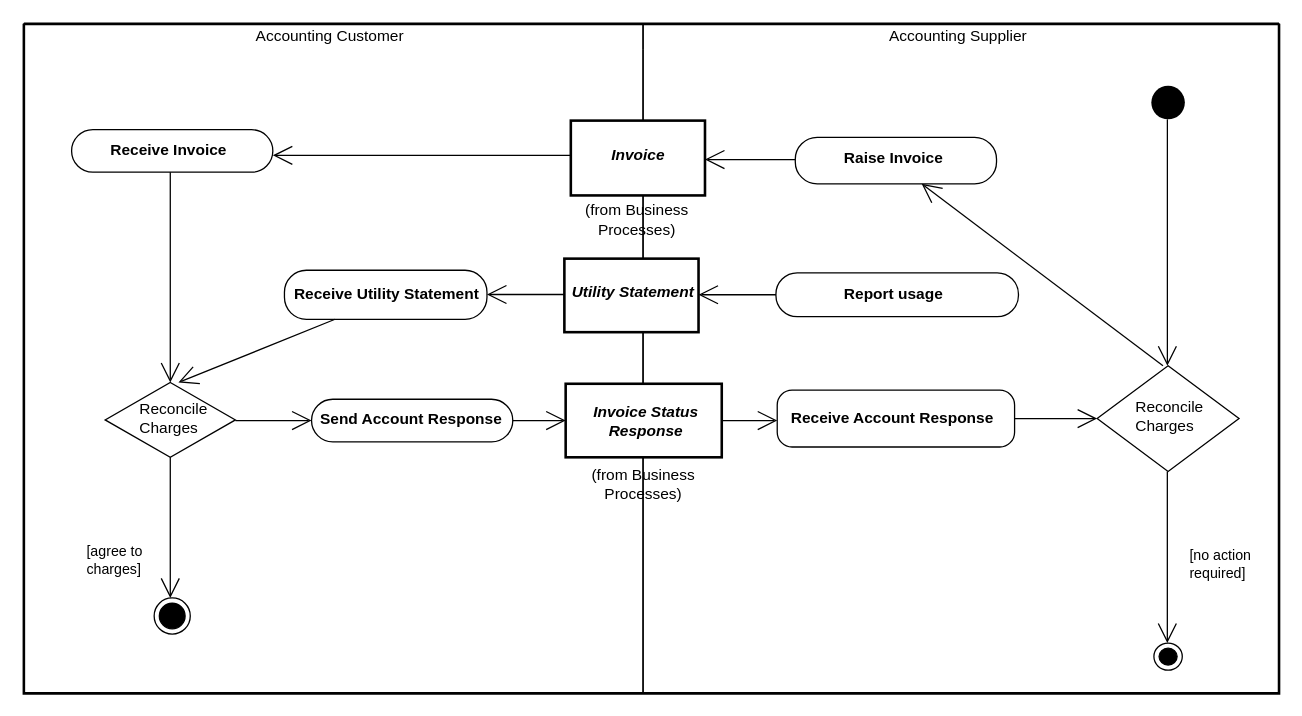
Above: diagrams/UBL-2.5-UtilityBillingProcess/UBL-2.5-UtilityBillingProcess.drawio in kduvekot/ubl-work-on-svg-images (draw.io), before the change. Source tidied: cells renumbered, new cells numbered last; positions are measured from the earlier drawing's top-left corner, leaving out a move shared by most shapes. Both pictures are drawn from the tidied source at 129%, with x=0, y=0 at pixel (23, 23).
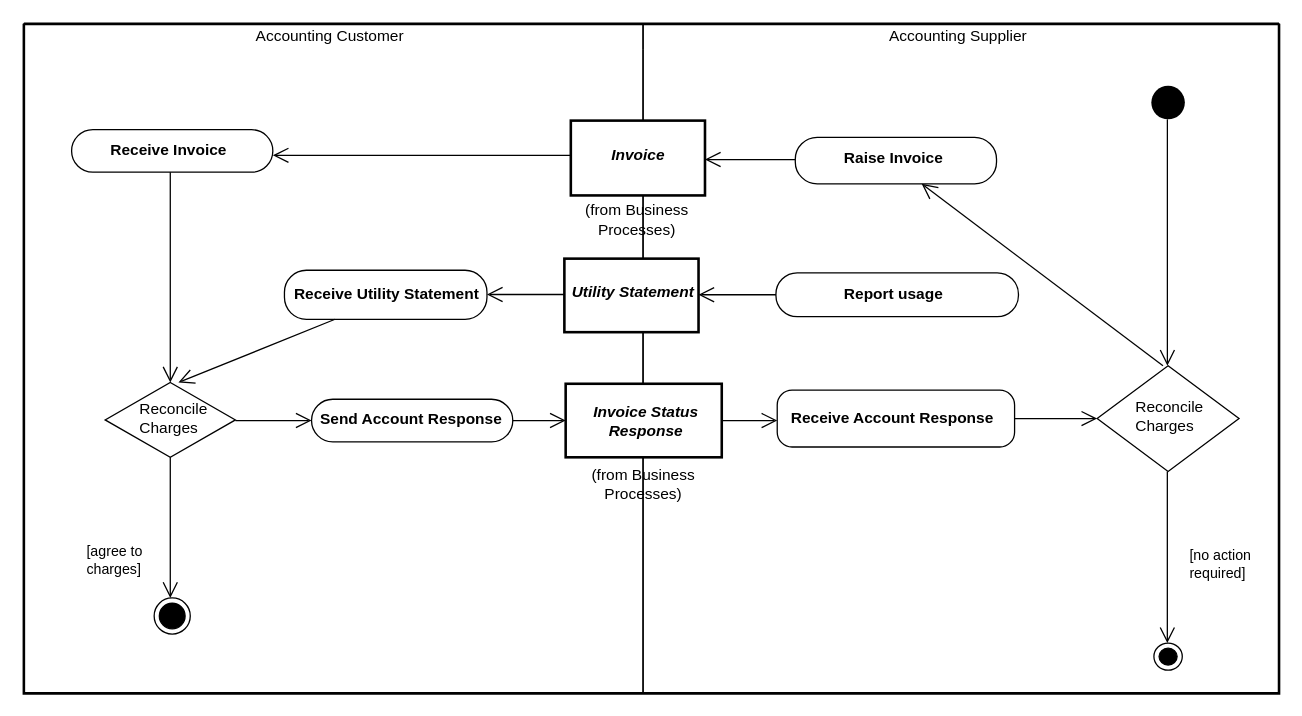
The same diagram, later.

The change refers to these unchanged cells:
```xml
<mxCell id="2" style="swimlane;html=1;startSize=0;whiteSpace=wrap;fillColor=none;strokeWidth=2;" parent="1" vertex="1">
  <mxGeometry width="973" height="519" as="geometry" />
</mxCell>
<mxCell id="3" value="Accounting Customer" style="swimlane;horizontal=1;startSize=20;swimlaneLine=0;html=1;fillColor=none;fontStyle=0;spacing=0;spacingRight=7;" parent="2" vertex="1">
  <mxGeometry width="480" height="519" as="geometry" />
</mxCell>
<mxCell id="4" value="Accounting Supplier" style="swimlane;horizontal=1;startSize=20;swimlaneLine=0;html=1;fillColor=none;fontStyle=0;spacing=0;spacingRight=6;" parent="2" vertex="1">
  <mxGeometry x="480" width="493" height="519" as="geometry" />
</mxCell>
<mxCell id="5" style="ellipse;shape=startState;fillColor=#000000;strokeColor=none;html=1;" parent="4" vertex="1">
  <mxGeometry x="390" y="44" width="34" height="34" as="geometry" />
</mxCell>
<mxCell id="6" value="Invoice" style="rounded=0;html=1;whiteSpace=nowrap;fontStyle=3;align=center;verticalAlign=middle;spacing=0;spacingRight=1;spacingBottom=4;strokeWidth=2;" parent="4" vertex="1">
  <mxGeometry x="-56" y="75" width="104" height="58" as="geometry" />
</mxCell>
<mxCell id="7" value="Receive Invoice" style="rounded=1;absoluteArcSize=1;arcSize=33;html=1;whiteSpace=nowrap;fontStyle=1;align=center;verticalAlign=middle;spacing=0;spacingRight=6;spacingBottom=1;" parent="3" vertex="1">
  <mxGeometry x="37" y="82" width="156" height="33" as="geometry" />
</mxCell>
<mxCell id="8" value="Raise Invoice" style="rounded=1;absoluteArcSize=1;arcSize=34;html=1;whiteSpace=nowrap;fontStyle=1;align=center;verticalAlign=middle;spacing=0;spacingRight=4;spacingBottom=4;" parent="4" vertex="1">
  <mxGeometry x="118" y="88" width="156" height="36" as="geometry" />
</mxCell>
<mxCell id="9" value="Utility Statement" style="rounded=0;html=1;whiteSpace=nowrap;fontStyle=3;align=center;verticalAlign=middle;spacing=0;spacingLeft=1;spacingBottom=5;strokeWidth=2;" parent="4" vertex="1">
  <mxGeometry x="-61" y="182" width="104" height="57" as="geometry" />
</mxCell>
<mxCell id="10" value="Receive Utility Statement" style="rounded=1;absoluteArcSize=1;arcSize=34;html=1;whiteSpace=nowrap;fontStyle=1;align=center;verticalAlign=middle;spacing=0;spacingLeft=1;spacingBottom=1;" parent="3" vertex="1">
  <mxGeometry x="202" y="191" width="157" height="38" as="geometry" />
</mxCell>
<mxCell id="11" value="Report usage" style="rounded=1;absoluteArcSize=1;arcSize=33;html=1;whiteSpace=nowrap;fontStyle=1;align=center;verticalAlign=middle;spacing=0;spacingRight=6;spacingBottom=1;" parent="4" vertex="1">
  <mxGeometry x="103" y="193" width="188" height="34" as="geometry" />
</mxCell>
<mxCell id="12" value="Reconcile&lt;br&gt;Charges" style="rhombus;html=1;whiteSpace=nowrap;fontStyle=0;align=left;verticalAlign=middle;spacing=0;spacingLeft=30;spacingBottom=5;" parent="4" vertex="1">
  <mxGeometry x="352" y="265" width="110" height="82" as="geometry" />
</mxCell>
<mxCell id="13" value="Reconcile&lt;br&gt;Charges" style="rhombus;html=1;whiteSpace=nowrap;fontStyle=0;align=left;verticalAlign=middle;spacing=0;spacingLeft=27;spacingBottom=3;" parent="3" vertex="1">
  <mxGeometry x="63" y="278" width="101" height="58" as="geometry" />
</mxCell>
<mxCell id="14" value="Invoice Status&lt;br&gt;Response" style="rounded=0;html=1;whiteSpace=nowrap;fontStyle=3;align=center;verticalAlign=middle;spacing=0;spacingLeft=2;strokeWidth=2;" parent="4" vertex="1">
  <mxGeometry x="-60" y="279" width="121" height="57" as="geometry" />
</mxCell>
<mxCell id="15" value="Receive Account Response" style="rounded=1;absoluteArcSize=1;arcSize=23;html=1;whiteSpace=nowrap;fontStyle=1;align=center;verticalAlign=middle;spacing=0;spacingRight=6;" parent="4" vertex="1">
  <mxGeometry x="104" y="284" width="184" height="44" as="geometry" />
</mxCell>
<mxCell id="16" value="Send Account Response" style="rounded=1;absoluteArcSize=1;arcSize=33;html=1;whiteSpace=nowrap;fontStyle=1;align=center;verticalAlign=middle;spacing=0;spacingRight=2;spacingBottom=2;" parent="3" vertex="1">
  <mxGeometry x="223" y="291" width="156" height="33" as="geometry" />
</mxCell>
<mxCell id="17" style="ellipse;shape=endState;fillColor=#000000;html=1;" parent="3" vertex="1">
  <mxGeometry x="101" y="445" width="28" height="28" as="geometry" />
</mxCell>
<mxCell id="18" style="ellipse;shape=endState;fillColor=#000000;html=1;" parent="4" vertex="1">
  <mxGeometry x="396" y="480" width="22" height="21" as="geometry" />
</mxCell>
```

The edit, as a diff of the source:
```diff
@@
-    <mxCell id="19" style="edgeStyle=none;rounded=0;html=1;endArrow=open;endFill=0;endSize=13;exitPerimeter=0;entryX=0.495;entryY=0;entryPerimeter=0;exitX=0.483824;exitY=0.882;" parent="4" edge="1" source="5" target="12">
+    <mxCell id="19" style="edgeStyle=none;rounded=0;html=1;endArrow=open;endFill=0;endSize=10;exitPerimeter=0;entryX=0.495;entryY=0;entryPerimeter=0;exitX=0.483824;exitY=0.882;" parent="4" edge="1" source="5" target="12">
       <mxGeometry relative="1" as="geometry" />
     </mxCell>
-    <mxCell id="20" style="edgeStyle=none;rounded=0;html=1;endArrow=open;endFill=0;endSize=13;exitPerimeter=0;entryX=1;entryY=0.6037;entryPerimeter=0;exitX=0;exitY=0.464174;" parent="2" edge="1" source="6" target="7">
+    <mxCell id="20" style="edgeStyle=none;rounded=0;html=1;endArrow=open;endFill=0;endSize=10;exitPerimeter=0;entryX=1;entryY=0.6037;entryPerimeter=0;exitX=0;exitY=0.464174;" parent="2" edge="1" source="6" target="7">
       <mxGeometry relative="1" as="geometry" />
     </mxCell>
-    <mxCell id="21" style="edgeStyle=none;rounded=0;html=1;endArrow=open;endFill=0;endSize=13;exitPerimeter=0;entryX=1;entryY=0.5201;entryPerimeter=0;exitX=0;exitY=0.476828;" parent="4" edge="1" source="8" target="6">
+    <mxCell id="21" style="edgeStyle=none;rounded=0;html=1;endArrow=open;endFill=0;endSize=10;exitPerimeter=0;entryX=1;entryY=0.5201;entryPerimeter=0;exitX=0;exitY=0.476828;" parent="4" edge="1" source="8" target="6">
       <mxGeometry relative="1" as="geometry" />
     </mxCell>
-    <mxCell id="22" style="edgeStyle=none;rounded=0;html=1;endArrow=open;endFill=0;endSize=13;exitPerimeter=0;entryX=0.5;entryY=0;entryPerimeter=0;exitX=0.490385;exitY=1;" parent="3" edge="1" source="7" target="13">
+    <mxCell id="22" style="edgeStyle=none;rounded=0;html=1;endArrow=open;endFill=0;endSize=10;exitPerimeter=0;entryX=0.5;entryY=0;entryPerimeter=0;exitX=0.490385;exitY=1;" parent="3" edge="1" source="7" target="13">
       <mxGeometry relative="1" as="geometry" />
     </mxCell>
-    <mxCell id="23" style="edgeStyle=none;rounded=0;html=1;endArrow=open;endFill=0;endSize=13;exitX=0.464;exitY=0;exitPerimeter=0;entryX=0.6279;entryY=1;entryPerimeter=0;" parent="4" edge="1" source="12" target="8">
+    <mxCell id="23" style="edgeStyle=none;rounded=0;html=1;endArrow=open;endFill=0;endSize=10;exitX=0.464;exitY=0;exitPerimeter=0;entryX=0.6279;entryY=1;entryPerimeter=0;" parent="4" edge="1" source="12" target="8">
       <mxGeometry relative="1" as="geometry" />
     </mxCell>
-    <mxCell id="24" style="edgeStyle=none;rounded=0;html=1;endArrow=open;endFill=0;endSize=13;exitPerimeter=0;entryX=1;entryY=0.4947;entryPerimeter=0;exitX=0;exitY=0.487695;" parent="2" edge="1" source="9" target="10">
+    <mxCell id="24" style="edgeStyle=none;rounded=0;html=1;endArrow=open;endFill=0;endSize=10;exitPerimeter=0;entryX=1;entryY=0.4947;entryPerimeter=0;exitX=0;exitY=0.487695;" parent="2" edge="1" source="9" target="10">
       <mxGeometry relative="1" as="geometry" />
     </mxCell>
-    <mxCell id="25" style="edgeStyle=none;rounded=0;html=1;endArrow=open;endFill=0;endSize=13;exitX=0;exitY=0.5;exitPerimeter=0;entryPerimeter=0;entryX=1;entryY=0.491228;" parent="4" edge="1" source="11" target="9">
+    <mxCell id="25" style="edgeStyle=none;rounded=0;html=1;endArrow=open;endFill=0;endSize=10;exitX=0;exitY=0.5;exitPerimeter=0;entryPerimeter=0;entryX=1;entryY=0.491228;" parent="4" edge="1" source="11" target="9">
       <mxGeometry relative="1" as="geometry" />
     </mxCell>
-    <mxCell id="26" style="edgeStyle=none;rounded=0;html=1;endArrow=open;endFill=0;endSize=13;exitX=0.25;exitY=1;exitPerimeter=0;entryX=0.5626;entryY=0;entryPerimeter=0;" parent="3" edge="1" source="10" target="13">
+    <mxCell id="26" style="edgeStyle=none;rounded=0;html=1;endArrow=open;endFill=0;endSize=10;exitX=0.25;exitY=1;exitPerimeter=0;entryX=0.5626;entryY=0;entryPerimeter=0;" parent="3" edge="1" source="10" target="13">
       <mxGeometry relative="1" as="geometry" />
     </mxCell>
-    <mxCell id="27" style="edgeStyle=none;rounded=0;html=1;endArrow=open;endFill=0;endSize=13;exitX=1;exitY=0.5;exitPerimeter=0;entryX=0;entryY=0.5;entryPerimeter=0;" parent="4" edge="1" source="15" target="12">
+    <mxCell id="27" style="edgeStyle=none;rounded=0;html=1;endArrow=open;endFill=0;endSize=10;exitX=1;exitY=0.5;exitPerimeter=0;entryX=0;entryY=0.5;entryPerimeter=0;" parent="4" edge="1" source="15" target="12">
       <mxGeometry relative="1" as="geometry" />
     </mxCell>
-    <mxCell id="28" style="edgeStyle=none;rounded=0;html=1;endArrow=open;endFill=0;endSize=13;exitPerimeter=0;entryX=0;entryY=0.5;entryPerimeter=0;exitX=1;exitY=0.508621;" parent="3" edge="1" source="13" target="16">
+    <mxCell id="28" style="edgeStyle=none;rounded=0;html=1;endArrow=open;endFill=0;endSize=10;exitPerimeter=0;entryX=0;entryY=0.5;entryPerimeter=0;exitX=1;exitY=0.508621;" parent="3" edge="1" source="13" target="16">
       <mxGeometry relative="1" as="geometry" />
     </mxCell>
-    <mxCell id="29" style="edgeStyle=none;rounded=0;html=1;endArrow=open;endFill=0;endSize=13;exitX=1;exitY=0.5;exitPerimeter=0;entryPerimeter=0;entryX=0;entryY=0.534091;" parent="4" edge="1" source="14" target="15">
+    <mxCell id="29" style="edgeStyle=none;rounded=0;html=1;endArrow=open;endFill=0;endSize=10;exitX=1;exitY=0.5;exitPerimeter=0;entryPerimeter=0;entryX=0;entryY=0.534091;" parent="4" edge="1" source="14" target="15">
       <mxGeometry relative="1" as="geometry" />
     </mxCell>
-    <mxCell id="30" style="edgeStyle=none;rounded=0;html=1;endArrow=open;endFill=0;endSize=13;exitX=1;exitY=0.5;exitPerimeter=0;entryX=0;entryY=0.5;entryPerimeter=0;" parent="2" edge="1" source="16" target="14">
+    <mxCell id="30" style="edgeStyle=none;rounded=0;html=1;endArrow=open;endFill=0;endSize=10;exitX=1;exitY=0.5;exitPerimeter=0;entryX=0;entryY=0.5;entryPerimeter=0;" parent="2" edge="1" source="16" target="14">
       <mxGeometry relative="1" as="geometry" />
     </mxCell>
-    <mxCell id="31" value="[agree to&lt;br&gt;charges]" style="edgeStyle=none;rounded=0;html=1;endArrow=open;endFill=0;endSize=13;exitX=0.5;exitY=1;exitPerimeter=0;entryPerimeter=0;fontStyle=0;align=left;verticalAlign=middle;labelBackgroundColor=none;entryX=0.446429;entryY=0;" parent="3" edge="1" source="13" target="17">
+    <mxCell id="31" value="[agree to&lt;br&gt;charges]" style="edgeStyle=none;rounded=0;html=1;endArrow=open;endFill=0;endSize=10;exitX=0.5;exitY=1;exitPerimeter=0;entryPerimeter=0;fontStyle=0;align=left;verticalAlign=middle;labelBackgroundColor=none;entryX=0.446429;entryY=0;" parent="3" edge="1" source="13" target="17">
       <mxGeometry x="0.46" relative="1" as="geometry">
         <mxPoint x="-67" as="offset" />
       </mxGeometry>
     </mxCell>
-    <mxCell id="32" value="[no action&lt;br&gt;required]" style="edgeStyle=none;rounded=0;html=1;endArrow=open;endFill=0;endSize=13;exitPerimeter=0;entryX=0.473;entryY=0;entryPerimeter=0;fontStyle=0;align=left;verticalAlign=middle;labelBackgroundColor=none;exitX=0.4946;exitY=1;" parent="4" edge="1" source="12" target="18">
+    <mxCell id="32" value="[no action&lt;br&gt;required]" style="edgeStyle=none;rounded=0;html=1;endArrow=open;endFill=0;endSize=10;exitPerimeter=0;entryX=0.473;entryY=0;entryPerimeter=0;fontStyle=0;align=left;verticalAlign=middle;labelBackgroundColor=none;exitX=0.4946;exitY=1;" parent="4" edge="1" source="12" target="18">
       <mxGeometry x="0.09" relative="1" as="geometry">
         <mxPoint x="16" as="offset" />
       </mxGeometry>
     </mxCell>
```
